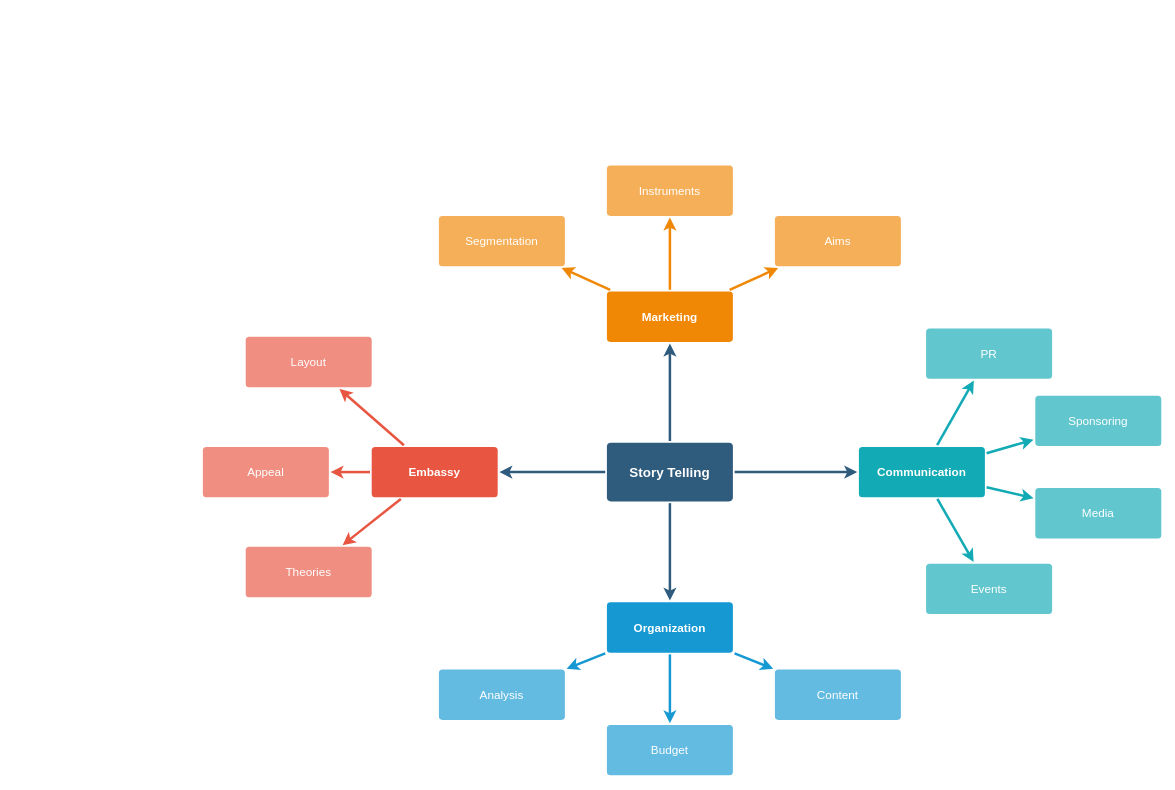
This is draw/Attempt.2.drawio from RaneyDazed/BUS-225-Mind-Map, a draw.io file, before an edit. Source tidied: cells renumbered, new cells numbered last; positions are measured from the earlier drawing's top-left corner, leaving out a move shared by most shapes. Both pictures are drawn from the tidied source at 84%, with x=0, y=0 at pixel (202, 165).
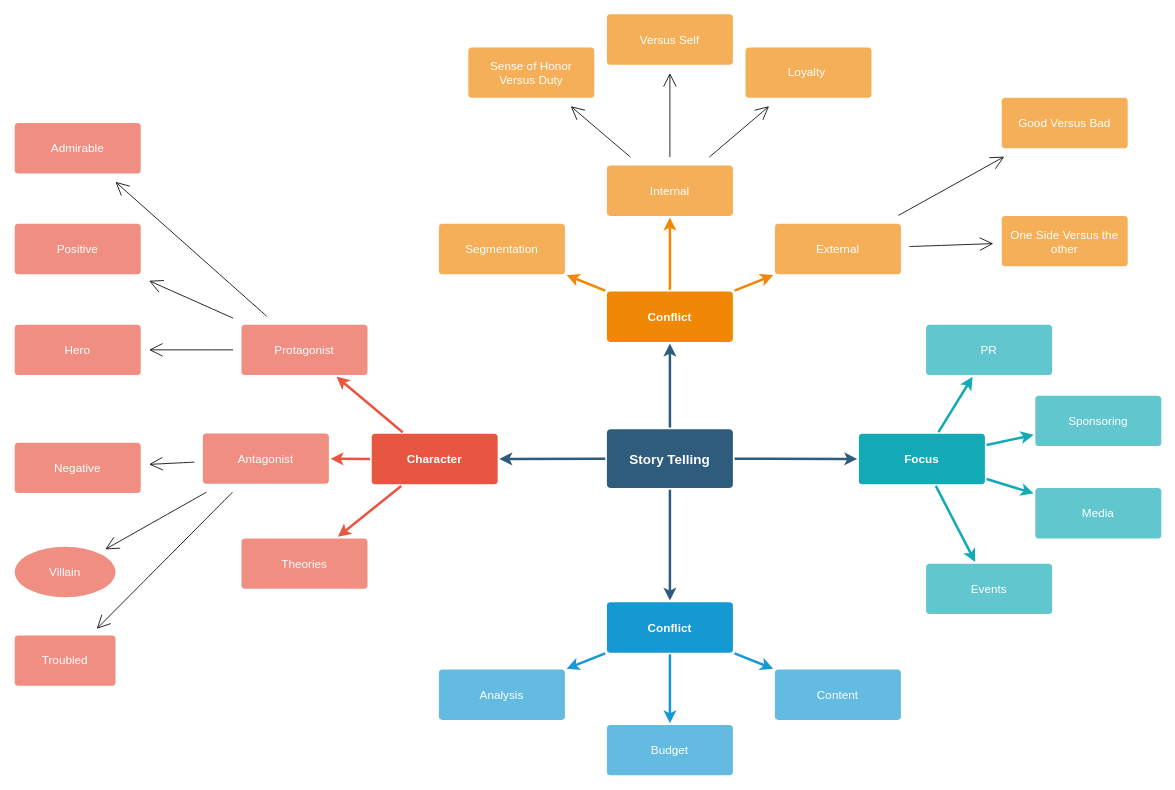
The same diagram, later.

What changed in the source:
```diff
@@
     <mxCell id="6" value="Story Telling" style="rounded=1;whiteSpace=wrap;html=1;shadow=0;labelBackgroundColor=none;strokeColor=none;strokeWidth=3;fillColor=#2F5B7C;fontFamily=Helvetica;fontSize=16;fontColor=#FFFFFF;align=center;fontStyle=1;spacing=5;arcSize=7;perimeterSpacing=2;" parent="1" vertex="1">
-      <mxGeometry x="481" y="330.5" width="150" height="70" as="geometry" />
+      <mxGeometry x="481" y="314.5" width="150" height="70" as="geometry" />
     </mxCell>
@@
-    <mxCell id="10" value="Embassy" style="rounded=1;whiteSpace=wrap;html=1;shadow=0;labelBackgroundColor=none;strokeColor=none;strokeWidth=3;fillColor=#e85642;fontFamily=Helvetica;fontSize=14;fontColor=#FFFFFF;align=center;spacing=5;fontStyle=1;arcSize=7;perimeterSpacing=2;" parent="1" vertex="1">
-      <mxGeometry x="201" y="335.5" width="150" height="60" as="geometry" />
+    <mxCell id="10" value="Character" style="rounded=1;whiteSpace=wrap;html=1;shadow=0;labelBackgroundColor=none;strokeColor=none;strokeWidth=3;fillColor=#e85642;fontFamily=Helvetica;fontSize=14;fontColor=#FFFFFF;align=center;spacing=5;fontStyle=1;arcSize=7;perimeterSpacing=2;" parent="1" vertex="1">
+      <mxGeometry x="201" y="320" width="150" height="60" as="geometry" />
     </mxCell>
     <mxCell id="11" value="Theories" style="rounded=1;whiteSpace=wrap;html=1;shadow=0;labelBackgroundColor=none;strokeColor=none;strokeWidth=3;fillColor=#f08e81;fontFamily=Helvetica;fontSize=14;fontColor=#FFFFFF;align=center;spacing=5;fontStyle=0;arcSize=7;perimeterSpacing=2;" parent="1" vertex="1">
-      <mxGeometry x="51" y="454.5" width="150" height="60" as="geometry" />
+      <mxGeometry x="46" y="444.5" width="150" height="60" as="geometry" />
     </mxCell>
+    <mxCell id="37" style="edgeStyle=none;curved=1;rounded=0;jettySize=auto;html=1;fontSize=12;endArrow=open;startSize=14;endSize=14;sourcePerimeterSpacing=8;targetPerimeterSpacing=8;" parent="1" edge="1" source="12" target="48">
+      <mxGeometry relative="1" as="geometry" />
+    </mxCell>
+    <mxCell id="38" style="edgeStyle=none;curved=1;rounded=0;jettySize=auto;html=1;fontSize=12;endArrow=open;startSize=14;endSize=14;sourcePerimeterSpacing=8;targetPerimeterSpacing=8;" parent="1" edge="1" source="12" target="51">
+      <mxGeometry relative="1" as="geometry" />
+    </mxCell>
+    <mxCell id="39" style="edgeStyle=none;curved=1;rounded=0;jettySize=auto;html=1;fontSize=12;endArrow=open;startSize=14;endSize=14;sourcePerimeterSpacing=8;targetPerimeterSpacing=8;" parent="1" edge="1" source="12" target="52">
+      <mxGeometry relative="1" as="geometry" />
+    </mxCell>
-    <mxCell id="12" value="Appeal" style="rounded=1;whiteSpace=wrap;html=1;shadow=0;labelBackgroundColor=none;strokeColor=none;strokeWidth=3;fillColor=#f08e81;fontFamily=Helvetica;fontSize=14;fontColor=#FFFFFF;align=center;spacing=5;fontStyle=0;arcSize=7;perimeterSpacing=2;" parent="1" vertex="1">
-      <mxGeometry y="335.5" width="150" height="60" as="geometry" />
+    <mxCell id="12" value="Antagonist" style="rounded=1;whiteSpace=wrap;html=1;shadow=0;labelBackgroundColor=none;strokeColor=none;strokeWidth=3;fillColor=#f08e81;fontFamily=Helvetica;fontSize=14;fontColor=#FFFFFF;align=center;spacing=5;fontStyle=0;arcSize=7;perimeterSpacing=2;" parent="1" vertex="1">
+      <mxGeometry y="319.5" width="150" height="60" as="geometry" />
     </mxCell>
+    <mxCell id="40" style="edgeStyle=none;curved=1;rounded=0;jettySize=auto;html=1;fontSize=12;endArrow=open;startSize=14;endSize=14;sourcePerimeterSpacing=8;targetPerimeterSpacing=8;" parent="1" edge="1" source="13" target="49">
+      <mxGeometry relative="1" as="geometry" />
+    </mxCell>
+    <mxCell id="41" style="edgeStyle=none;curved=1;rounded=0;jettySize=auto;html=1;fontSize=12;endArrow=open;startSize=14;endSize=14;sourcePerimeterSpacing=8;targetPerimeterSpacing=8;" parent="1" edge="1" source="13" target="50">
+      <mxGeometry relative="1" as="geometry" />
+    </mxCell>
+    <mxCell id="42" style="edgeStyle=none;curved=1;rounded=0;jettySize=auto;html=1;fontSize=12;endArrow=open;startSize=14;endSize=14;sourcePerimeterSpacing=8;targetPerimeterSpacing=8;" parent="1" edge="1" source="13" target="53">
+      <mxGeometry relative="1" as="geometry" />
+    </mxCell>
-    <mxCell id="13" value="Layout" style="rounded=1;whiteSpace=wrap;html=1;shadow=0;labelBackgroundColor=none;strokeColor=none;strokeWidth=3;fillColor=#f08e81;fontFamily=Helvetica;fontSize=14;fontColor=#FFFFFF;align=center;spacing=5;fontStyle=0;arcSize=7;perimeterSpacing=2;" parent="1" vertex="1">
-      <mxGeometry x="51" y="204.5" width="150" height="60" as="geometry" />
+    <mxCell id="13" value="Protagonist" style="rounded=1;whiteSpace=wrap;html=1;shadow=0;labelBackgroundColor=none;strokeColor=none;strokeWidth=3;fillColor=#f08e81;fontFamily=Helvetica;fontSize=14;fontColor=#FFFFFF;align=center;spacing=5;fontStyle=0;arcSize=7;perimeterSpacing=2;" parent="1" vertex="1">
+      <mxGeometry x="46" y="190" width="150" height="60" as="geometry" />
     </mxCell>
@@
-    <mxCell id="17" value="Organization" style="rounded=1;whiteSpace=wrap;html=1;shadow=0;labelBackgroundColor=none;strokeColor=none;strokeWidth=3;fillColor=#1699d3;fontFamily=Helvetica;fontSize=14;fontColor=#FFFFFF;align=center;spacing=5;fontStyle=1;arcSize=7;perimeterSpacing=2;" parent="1" vertex="1">
+    <mxCell id="17" value="Conflict" style="rounded=1;whiteSpace=wrap;html=1;shadow=0;labelBackgroundColor=none;strokeColor=none;strokeWidth=3;fillColor=#1699d3;fontFamily=Helvetica;fontSize=14;fontColor=#FFFFFF;align=center;spacing=5;fontStyle=1;arcSize=7;perimeterSpacing=2;" parent="1" vertex="1">
       <mxGeometry x="481" y="520.5" width="150" height="60" as="geometry" />
     </mxCell>
@@
-    <mxCell id="21" value="Marketing" style="rounded=1;whiteSpace=wrap;html=1;shadow=0;labelBackgroundColor=none;strokeColor=none;strokeWidth=3;fillColor=#F08705;fontFamily=Helvetica;fontSize=14;fontColor=#FFFFFF;align=center;spacing=5;fontStyle=1;arcSize=7;perimeterSpacing=2;" parent="1" vertex="1">
+    <mxCell id="21" value="Conflict" style="rounded=1;whiteSpace=wrap;html=1;shadow=0;labelBackgroundColor=none;strokeColor=none;strokeWidth=3;fillColor=#F08705;fontFamily=Helvetica;fontSize=14;fontColor=#FFFFFF;align=center;spacing=5;fontStyle=1;arcSize=7;perimeterSpacing=2;" parent="1" vertex="1">
       <mxGeometry x="481" y="150.5" width="150" height="60" as="geometry" />
     </mxCell>
+    <mxCell id="43" style="edgeStyle=none;curved=1;rounded=0;jettySize=auto;html=1;fontSize=12;endArrow=open;startSize=14;endSize=14;sourcePerimeterSpacing=8;targetPerimeterSpacing=8;" parent="1" edge="1" source="22" target="54">
+      <mxGeometry relative="1" as="geometry" />
+    </mxCell>
+    <mxCell id="44" style="edgeStyle=none;curved=1;rounded=0;jettySize=auto;html=1;fontSize=12;endArrow=open;startSize=14;endSize=14;sourcePerimeterSpacing=8;targetPerimeterSpacing=8;" parent="1" edge="1" source="22" target="55">
+      <mxGeometry relative="1" as="geometry" />
+    </mxCell>
-    <mxCell id="22" value="Aims&lt;br&gt;" style="rounded=1;whiteSpace=wrap;html=1;shadow=0;labelBackgroundColor=none;strokeColor=none;strokeWidth=3;fillColor=#f5af58;fontFamily=Helvetica;fontSize=14;fontColor=#FFFFFF;align=center;spacing=5;arcSize=7;perimeterSpacing=2;" parent="1" vertex="1">
-      <mxGeometry x="681" y="60.5" width="150" height="60" as="geometry" />
+    <mxCell id="22" value="External" style="rounded=1;whiteSpace=wrap;html=1;shadow=0;labelBackgroundColor=none;strokeColor=none;strokeWidth=3;fillColor=#f5af58;fontFamily=Helvetica;fontSize=14;fontColor=#FFFFFF;align=center;spacing=5;arcSize=7;perimeterSpacing=2;" parent="1" vertex="1">
+      <mxGeometry x="681" y="70" width="150" height="60" as="geometry" />
     </mxCell>
@@
+    <mxCell id="45" style="edgeStyle=none;curved=1;rounded=0;jettySize=auto;html=1;fontSize=12;endArrow=open;startSize=14;endSize=14;sourcePerimeterSpacing=8;targetPerimeterSpacing=8;" parent="1" edge="1" source="24" target="56">
+      <mxGeometry relative="1" as="geometry" />
+    </mxCell>
+    <mxCell id="46" style="edgeStyle=none;curved=1;rounded=0;jettySize=auto;html=1;fontSize=12;endArrow=open;startSize=14;endSize=14;sourcePerimeterSpacing=8;targetPerimeterSpacing=8;" parent="1" edge="1" source="24" target="57">
+      <mxGeometry relative="1" as="geometry" />
+    </mxCell>
+    <mxCell id="47" style="edgeStyle=none;curved=1;rounded=0;jettySize=auto;html=1;fontSize=12;endArrow=open;startSize=14;endSize=14;sourcePerimeterSpacing=8;targetPerimeterSpacing=8;" parent="1" edge="1" source="24" target="58">
+      <mxGeometry relative="1" as="geometry" />
+    </mxCell>
-    <mxCell id="24" value="Instruments" style="rounded=1;whiteSpace=wrap;html=1;shadow=0;labelBackgroundColor=none;strokeColor=none;strokeWidth=3;fillColor=#f5af58;fontFamily=Helvetica;fontSize=14;fontColor=#FFFFFF;align=center;spacing=5;arcSize=7;perimeterSpacing=2;" parent="1" vertex="1">
+    <mxCell id="24" value="Internal" style="rounded=1;whiteSpace=wrap;html=1;shadow=0;labelBackgroundColor=none;strokeColor=none;strokeWidth=3;fillColor=#f5af58;fontFamily=Helvetica;fontSize=14;fontColor=#FFFFFF;align=center;spacing=5;arcSize=7;perimeterSpacing=2;" parent="1" vertex="1">
       <mxGeometry x="481" y="0.5" width="150" height="60" as="geometry" />
     </mxCell>
@@
     <mxCell id="26" value="Segmentation" style="rounded=1;whiteSpace=wrap;html=1;shadow=0;labelBackgroundColor=none;strokeColor=none;strokeWidth=3;fillColor=#f5af58;fontFamily=Helvetica;fontSize=14;fontColor=#FFFFFF;align=center;spacing=5;arcSize=7;perimeterSpacing=2;" parent="1" vertex="1">
-      <mxGeometry x="281" y="60.5" width="150" height="60" as="geometry" />
+      <mxGeometry x="281" y="70" width="150" height="60" as="geometry" />
     </mxCell>
@@
-    <mxCell id="28" value="Communication" style="rounded=1;whiteSpace=wrap;html=1;shadow=0;labelBackgroundColor=none;strokeColor=none;strokeWidth=3;fillColor=#12aab5;fontFamily=Helvetica;fontSize=14;fontColor=#FFFFFF;align=center;spacing=5;fontStyle=1;arcSize=7;perimeterSpacing=2;" parent="1" vertex="1">
-      <mxGeometry x="781" y="335.5" width="150" height="60" as="geometry" />
+    <mxCell id="28" value="Focus" style="rounded=1;whiteSpace=wrap;html=1;shadow=0;labelBackgroundColor=none;strokeColor=none;strokeWidth=3;fillColor=#12aab5;fontFamily=Helvetica;fontSize=14;fontColor=#FFFFFF;align=center;spacing=5;fontStyle=1;arcSize=7;perimeterSpacing=2;" parent="1" vertex="1">
+      <mxGeometry x="781" y="320" width="150" height="60" as="geometry" />
     </mxCell>
@@
     <mxCell id="35" value="PR" style="rounded=1;whiteSpace=wrap;html=1;shadow=0;labelBackgroundColor=none;strokeColor=none;strokeWidth=3;fillColor=#61c6ce;fontFamily=Helvetica;fontSize=14;fontColor=#FFFFFF;align=center;spacing=5;fontStyle=0;arcSize=7;perimeterSpacing=2;" parent="1" vertex="1">
-      <mxGeometry x="861" y="194.5" width="150" height="60" as="geometry" />
+      <mxGeometry x="861" y="190" width="150" height="60" as="geometry" />
     </mxCell>
@@
+    <mxCell id="48" value="Negative" style="rounded=1;whiteSpace=wrap;html=1;shadow=0;labelBackgroundColor=none;strokeColor=none;strokeWidth=3;fillColor=#f08e81;fontFamily=Helvetica;fontSize=14;fontColor=#FFFFFF;align=center;spacing=5;fontStyle=0;arcSize=7;perimeterSpacing=2;" parent="1" vertex="1">
+      <mxGeometry x="-224" y="330.5" width="150" height="60" as="geometry" />
+    </mxCell>
+    <mxCell id="49" value="Hero" style="rounded=1;whiteSpace=wrap;html=1;shadow=0;labelBackgroundColor=none;strokeColor=none;strokeWidth=3;fillColor=#f08e81;fontFamily=Helvetica;fontSize=14;fontColor=#FFFFFF;align=center;spacing=5;fontStyle=0;arcSize=7;perimeterSpacing=2;" parent="1" vertex="1">
+      <mxGeometry x="-224" y="190" width="150" height="60" as="geometry" />
+    </mxCell>
+    <mxCell id="50" value="Positive" style="rounded=1;whiteSpace=wrap;html=1;shadow=0;labelBackgroundColor=none;strokeColor=none;strokeWidth=3;fillColor=#f08e81;fontFamily=Helvetica;fontSize=14;fontColor=#FFFFFF;align=center;spacing=5;fontStyle=0;arcSize=7;perimeterSpacing=2;" parent="1" vertex="1">
+      <mxGeometry x="-224" y="70" width="150" height="60" as="geometry" />
+    </mxCell>
+    <mxCell id="51" value="Villain" style="ellipse;whiteSpace=wrap;html=1;fontSize=14;fillColor=#f08e81;strokeColor=none;fontColor=#FFFFFF;rounded=1;shadow=0;labelBackgroundColor=none;strokeWidth=3;spacing=5;fontStyle=0;arcSize=7;" parent="1" vertex="1">
+      <mxGeometry x="-224" y="454.5" width="120" height="60" as="geometry" />
+    </mxCell>
+    <mxCell id="52" value="Troubled" style="whiteSpace=wrap;html=1;fontSize=14;fillColor=#f08e81;strokeColor=none;fontColor=#FFFFFF;rounded=1;shadow=0;labelBackgroundColor=none;strokeWidth=3;spacing=5;fontStyle=0;arcSize=7;" parent="1" vertex="1">
+      <mxGeometry x="-224" y="560" width="120" height="60" as="geometry" />
+    </mxCell>
+    <mxCell id="53" value="Admirable" style="rounded=1;whiteSpace=wrap;html=1;shadow=0;labelBackgroundColor=none;strokeColor=none;strokeWidth=3;fillColor=#f08e81;fontFamily=Helvetica;fontSize=14;fontColor=#FFFFFF;align=center;spacing=5;fontStyle=0;arcSize=7;perimeterSpacing=2;" parent="1" vertex="1">
+      <mxGeometry x="-224" y="-50" width="150" height="60" as="geometry" />
+    </mxCell>
+    <mxCell id="54" value="One Side Versus the other" style="rounded=1;whiteSpace=wrap;html=1;shadow=0;labelBackgroundColor=none;strokeColor=none;strokeWidth=3;fillColor=#f5af58;fontFamily=Helvetica;fontSize=14;fontColor=#FFFFFF;align=center;spacing=5;arcSize=7;perimeterSpacing=2;" parent="1" vertex="1">
+      <mxGeometry x="951" y="60.5" width="150" height="60" as="geometry" />
+    </mxCell>
+    <mxCell id="55" value="Good Versus Bad" style="rounded=1;whiteSpace=wrap;html=1;shadow=0;labelBackgroundColor=none;strokeColor=none;strokeWidth=3;fillColor=#f5af58;fontFamily=Helvetica;fontSize=14;fontColor=#FFFFFF;align=center;spacing=5;arcSize=7;perimeterSpacing=2;" parent="1" vertex="1">
+      <mxGeometry x="951" y="-80" width="150" height="60" as="geometry" />
+    </mxCell>
+    <mxCell id="56" value="Versus Self" style="rounded=1;whiteSpace=wrap;html=1;shadow=0;labelBackgroundColor=none;strokeColor=none;strokeWidth=3;fillColor=#f5af58;fontFamily=Helvetica;fontSize=14;fontColor=#FFFFFF;align=center;spacing=5;arcSize=7;perimeterSpacing=2;" parent="1" vertex="1">
+      <mxGeometry x="481" y="-179.5" width="150" height="60" as="geometry" />
+    </mxCell>
+    <mxCell id="57" value="Loyalty&amp;nbsp;" style="rounded=1;whiteSpace=wrap;html=1;shadow=0;labelBackgroundColor=none;strokeColor=none;strokeWidth=3;fillColor=#f5af58;fontFamily=Helvetica;fontSize=14;fontColor=#FFFFFF;align=center;spacing=5;arcSize=7;perimeterSpacing=2;" parent="1" vertex="1">
+      <mxGeometry x="646" y="-140" width="150" height="60" as="geometry" />
+    </mxCell>
+    <mxCell id="58" value="Sense of Honor Versus Duty" style="rounded=1;whiteSpace=wrap;html=1;shadow=0;labelBackgroundColor=none;strokeColor=none;strokeWidth=3;fillColor=#f5af58;fontFamily=Helvetica;fontSize=14;fontColor=#FFFFFF;align=center;spacing=5;arcSize=7;perimeterSpacing=2;" parent="1" vertex="1">
+      <mxGeometry x="316" y="-140" width="150" height="60" as="geometry" />
+    </mxCell>
```
